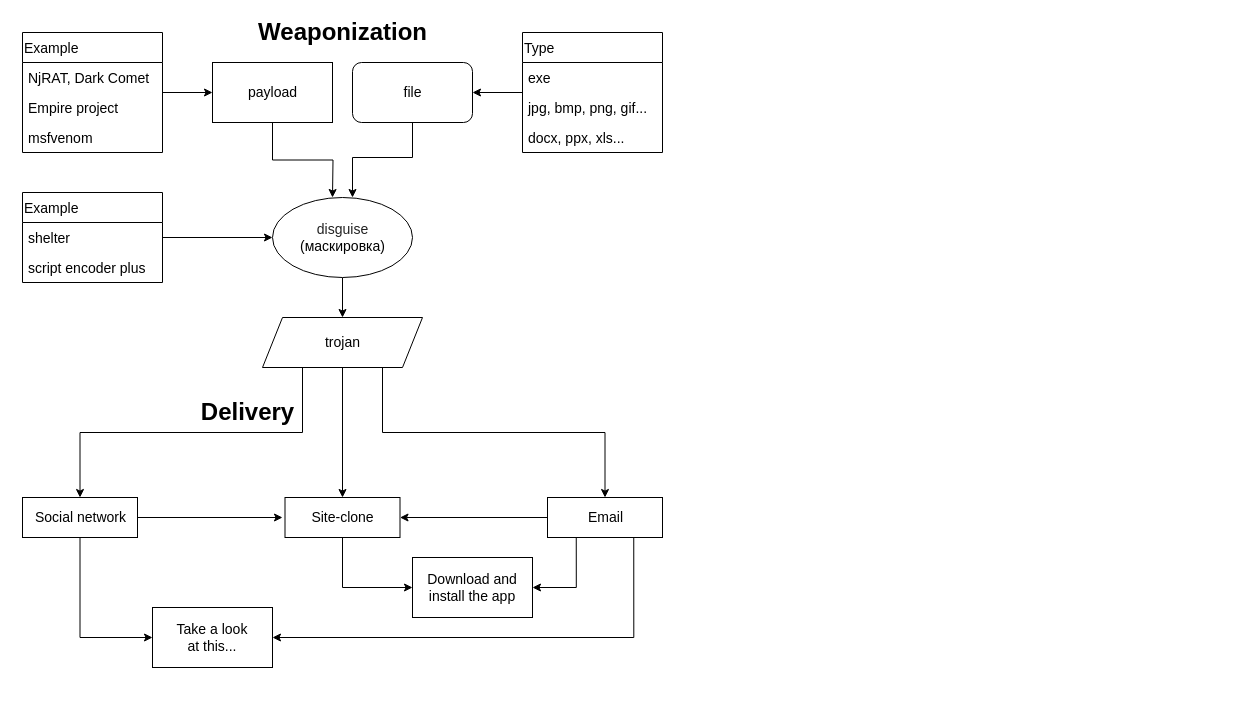
This is page "Page-1" (1 of 2) of attack_scheme/attack_scheme.drawio from KATEHOK/Project-practice, a draw.io file, before an edit. Source tidied: cells renumbered, new cells numbered last; positions are measured from the earlier drawing's top-left corner, leaving out a move shared by most shapes. Both pictures are drawn from the tidied source at 100%, with x=0, y=0 at pixel (22, 17).
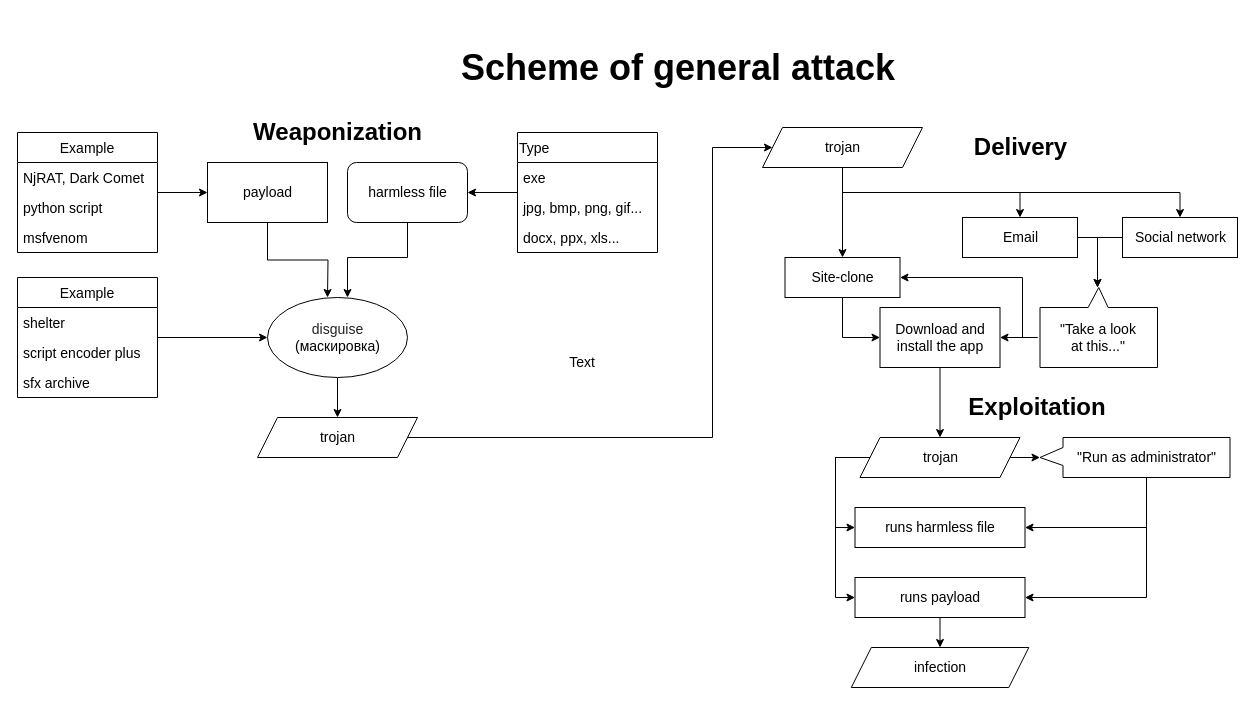
After the change.

The edit, as a diff of the source:
```diff
@@
     <mxCell id="2" style="edgeStyle=orthogonalEdgeStyle;rounded=0;jettySize=auto;html=1;fontSize=14;" parent="1" edge="1" source="3">
       <mxGeometry relative="1" as="geometry">
-        <mxPoint x="310" y="180" as="targetPoint" />
+        <mxPoint x="305" y="280" as="targetPoint" />
       </mxGeometry>
     </mxCell>
     <mxCell id="3" style="rounded=0;whiteSpace=wrap;html=1;fontSize=14;align=left;" parent="1" vertex="1">
-      <mxGeometry x="190" y="45" width="120" height="60" as="geometry" />
+      <mxGeometry x="185" y="145" width="120" height="60" as="geometry" />
     </mxCell>
     <mxCell id="4" value="payload" style="text;html=1;align=center;verticalAlign=middle;fillColor=none;strokeColor=none;rounded=0;fontSize=14;" parent="1" vertex="1">
-      <mxGeometry x="220" y="65" width="60" height="20" as="geometry" />
+      <mxGeometry x="215" y="165" width="60" height="20" as="geometry" />
     </mxCell>
     <mxCell id="5" style="edgeStyle=orthogonalEdgeStyle;rounded=0;jettySize=auto;html=1;exitX=0.5;exitY=1;exitDx=0;exitDy=0;fontSize=14;" parent="1" edge="1" source="6">
       <mxGeometry relative="1" as="geometry">
-        <mxPoint x="330" y="180" as="targetPoint" />
+        <mxPoint x="325" y="280" as="targetPoint" />
         <Array as="points">
-          <mxPoint x="390" y="140" />
-          <mxPoint x="330" y="140" />
-          <mxPoint x="330" y="180" />
+          <mxPoint x="385" y="240" />
+          <mxPoint x="325" y="240" />
+          <mxPoint x="325" y="280" />
         </Array>
       </mxGeometry>
     </mxCell>
     <mxCell id="6" style="rounded=1;whiteSpace=wrap;html=1;fontSize=14;align=left;" parent="1" vertex="1">
-      <mxGeometry x="330" y="45" width="120" height="60" as="geometry" />
+      <mxGeometry x="325" y="145" width="120" height="60" as="geometry" />
     </mxCell>
-    <mxCell id="7" value="file" style="text;html=1;align=center;verticalAlign=middle;fillColor=none;strokeColor=none;rounded=0;fontSize=14;" parent="1" vertex="1">
-      <mxGeometry x="375" y="65" width="30" height="20" as="geometry" />
+    <mxCell id="7" value="harmless file" style="text;html=1;align=center;verticalAlign=middle;fillColor=none;strokeColor=none;rounded=0;fontSize=14;" parent="1" vertex="1">
+      <mxGeometry x="340" y="165" width="90" height="20" as="geometry" />
     </mxCell>
@@
     <mxCell id="9" style="ellipse;whiteSpace=wrap;html=1;fontSize=14;align=left;" parent="1" vertex="1">
-      <mxGeometry x="250" y="180" width="140" height="80" as="geometry" />
+      <mxGeometry x="245" y="280" width="140" height="80" as="geometry" />
     </mxCell>
     <mxCell id="10" value="&lt;font style=&quot;font-size: 14px&quot;&gt;&lt;span style=&quot;color: rgba(0 , 0 , 0 , 0.87) ; text-align: left ; background-color: rgb(255 , 255 , 255)&quot;&gt;&lt;font&gt;disguise&lt;/font&gt;&lt;/span&gt;&lt;br&gt;(маскировка)&lt;/font&gt;" style="text;html=1;align=center;verticalAlign=middle;fillColor=none;strokeColor=none;rounded=0;fontSize=14;" parent="1" vertex="1">
-      <mxGeometry x="270" y="200" width="100" height="40" as="geometry" />
+      <mxGeometry x="265" y="300" width="100" height="40" as="geometry" />
     </mxCell>
-    <mxCell id="11" style="edgeStyle=orthogonalEdgeStyle;rounded=0;jettySize=auto;html=1;exitX=0.5;exitY=1;exitDx=0;exitDy=0;fontFamily=Helvetica;fontSize=14;entryX=0.5;entryY=0;entryDx=0;entryDy=0;" parent="1" edge="1" source="14" target="33">
-      <mxGeometry relative="1" as="geometry" />
-    </mxCell>
-    <mxCell id="12" style="edgeStyle=orthogonalEdgeStyle;rounded=0;jettySize=auto;html=1;exitX=0.25;exitY=1;exitDx=0;exitDy=0;entryX=0.5;entryY=0;entryDx=0;entryDy=0;fontFamily=Helvetica;fontSize=14;" parent="1" edge="1" source="14" target="36">
-      <mxGeometry relative="1" as="geometry">
-        <Array as="points">
-          <mxPoint x="280" y="415" />
-          <mxPoint x="58" y="415" />
-        </Array>
-      </mxGeometry>
-    </mxCell>
-    <mxCell id="13" style="edgeStyle=orthogonalEdgeStyle;rounded=0;jettySize=auto;html=1;exitX=0.75;exitY=1;exitDx=0;exitDy=0;entryX=0.5;entryY=0;entryDx=0;entryDy=0;fontFamily=Helvetica;fontSize=14;" parent="1" edge="1" source="14" target="41">
-      <mxGeometry relative="1" as="geometry" />
-    </mxCell>
+    <mxCell id="46" style="edgeStyle=orthogonalEdgeStyle;rounded=0;jettySize=auto;html=1;exitX=1;exitY=0.5;exitDx=0;exitDy=0;entryX=0;entryY=0.5;entryDx=0;entryDy=0;fontSize=14;" parent="1" edge="1" source="14" target="68">
+      <mxGeometry relative="1" as="geometry">
+        <Array as="points">
+          <mxPoint x="690" y="420" />
+          <mxPoint x="690" y="130" />
+        </Array>
+      </mxGeometry>
+    </mxCell>
     <mxCell id="14" style="shape=parallelogram;perimeter=parallelogramPerimeter;whiteSpace=wrap;html=1;fixedSize=1;fontSize=14;align=left;" parent="1" vertex="1">
-      <mxGeometry x="240" y="300" width="160" height="50" as="geometry" />
+      <mxGeometry x="235" y="400" width="160" height="40" as="geometry" />
     </mxCell>
     <mxCell id="15" value="trojan" style="text;html=1;align=center;verticalAlign=middle;fillColor=none;strokeColor=none;rounded=0;fontSize=14;" parent="1" vertex="1">
-      <mxGeometry x="295" y="315" width="50" height="20" as="geometry" />
+      <mxGeometry x="290" y="410" width="50" height="20" as="geometry" />
     </mxCell>
     <mxCell id="16" style="edgeStyle=orthogonalEdgeStyle;rounded=0;jettySize=auto;html=1;fontSize=14;" parent="1" edge="1" source="17">
       <mxGeometry relative="1" as="geometry">
-        <mxPoint x="450" y="75" as="targetPoint" />
+        <mxPoint x="445" y="175" as="targetPoint" />
       </mxGeometry>
     </mxCell>
     <mxCell id="17" value="Type" style="swimlane;fontStyle=0;horizontal=1;startSize=30;fontSize=14;align=left;" parent="1" vertex="1">
-      <mxGeometry x="500" y="15" width="140" height="120" as="geometry" />
+      <mxGeometry x="495" y="115" width="140" height="120" as="geometry" />
     </mxCell>
@@
-    <mxCell id="22" value="Example" style="swimlane;fontStyle=0;horizontal=1;startSize=30;fontSize=14;align=left;" parent="1" vertex="1">
-      <mxGeometry y="15" width="140" height="120" as="geometry" />
+    <mxCell id="22" value="Example" style="swimlane;fontStyle=0;horizontal=1;startSize=30;fontSize=14;align=center;" parent="1" vertex="1">
+      <mxGeometry x="-5" y="115" width="140" height="120" as="geometry" />
     </mxCell>
@@
-    <mxCell id="24" value="Empire project" style="text;strokeColor=none;fillColor=none;align=left;verticalAlign=middle;spacingLeft=4;spacingRight=4;overflow=hidden;fontSize=14;" parent="22" vertex="1">
+    <mxCell id="24" value="python script" style="text;strokeColor=none;fillColor=none;align=left;verticalAlign=middle;spacingLeft=4;spacingRight=4;overflow=hidden;fontSize=14;" parent="22" vertex="1">
       <mxGeometry y="60" width="140" height="30" as="geometry" />
     </mxCell>
@@
+    <mxCell id="30" value="&lt;b&gt;&lt;font style=&quot;font-size: 24px&quot;&gt;Weaponization&lt;/font&gt;&lt;/b&gt;" style="text;html=1;align=center;verticalAlign=middle;fillColor=none;strokeColor=none;rounded=0;fontSize=14;" parent="1" vertex="1">
+      <mxGeometry x="225" y="100" width="180" height="30" as="geometry" />
+    </mxCell>
+    <mxCell id="31" value="&lt;font style=&quot;font-size: 24px&quot;&gt;&lt;b&gt;Delivery&lt;/b&gt;&lt;/font&gt;" style="text;html=1;align=center;verticalAlign=middle;fillColor=none;strokeColor=none;rounded=0;fontFamily=Helvetica;fontSize=14;" parent="1" vertex="1">
+      <mxGeometry x="942.5" y="115" width="110" height="30" as="geometry" />
+    </mxCell>
+    <mxCell id="32" style="edgeStyle=orthogonalEdgeStyle;rounded=0;jettySize=auto;html=1;exitX=0.5;exitY=1;exitDx=0;exitDy=0;entryX=0;entryY=0.5;entryDx=0;entryDy=0;fontSize=36;" parent="1" edge="1" source="33" target="45">
+      <mxGeometry relative="1" as="geometry" />
+    </mxCell>
+    <mxCell id="33" style="rounded=0;whiteSpace=wrap;html=1;fontFamily=Helvetica;fontSize=24;align=left;" parent="1" vertex="1">
+      <mxGeometry x="762.5" y="240" width="115" height="40" as="geometry" />
+    </mxCell>
+    <mxCell id="36" style="rounded=0;whiteSpace=wrap;html=1;fontFamily=Helvetica;fontSize=14;align=left;" parent="1" vertex="1">
+      <mxGeometry x="1100" y="200" width="115" height="40" as="geometry" />
+    </mxCell>
+    <mxCell id="47" style="edgeStyle=orthogonalEdgeStyle;rounded=0;jettySize=auto;html=1;fontSize=14;entryX=0;entryY=0;entryDx=60;entryDy=80;entryPerimeter=0;exitX=0;exitY=0.5;exitDx=0;exitDy=0;" parent="1" edge="1" source="36" target="72">
+      <mxGeometry relative="1" as="geometry" />
+    </mxCell>
+    <mxCell id="37" value="Social network" style="text;html=1;align=center;verticalAlign=middle;fillColor=none;strokeColor=none;rounded=0;fontFamily=Helvetica;fontSize=14;" parent="1" vertex="1">
+      <mxGeometry x="1102.5" y="210" width="110" height="20" as="geometry" />
+    </mxCell>
+    <mxCell id="48" style="edgeStyle=orthogonalEdgeStyle;rounded=0;jettySize=auto;html=1;exitX=1;exitY=0.5;exitDx=0;exitDy=0;entryX=0;entryY=0;entryDx=60;entryDy=80;entryPerimeter=0;fontSize=14;" parent="1" edge="1" source="41" target="72">
+      <mxGeometry relative="1" as="geometry" />
+    </mxCell>
+    <mxCell id="41" style="rounded=0;whiteSpace=wrap;html=1;fontFamily=Helvetica;fontSize=14;align=left;" parent="1" vertex="1">
+      <mxGeometry x="940" y="200" width="115" height="40" as="geometry" />
+    </mxCell>
+    <mxCell id="42" value="Email" style="text;html=1;align=center;verticalAlign=middle;fillColor=none;strokeColor=none;rounded=0;fontFamily=Helvetica;fontSize=14;" parent="1" vertex="1">
+      <mxGeometry x="972.5" y="210" width="50" height="20" as="geometry" />
+    </mxCell>
+    <mxCell id="43" value="Site-clone" style="text;html=1;align=center;verticalAlign=middle;fillColor=none;strokeColor=none;rounded=0;fontFamily=Helvetica;fontSize=14;" parent="1" vertex="1">
+      <mxGeometry x="780" y="250" width="80" height="20" as="geometry" />
+    </mxCell>
+    <mxCell id="49" style="edgeStyle=orthogonalEdgeStyle;rounded=0;jettySize=auto;html=1;exitX=0.5;exitY=1;exitDx=0;exitDy=0;fontSize=36;" parent="1" edge="1" source="45" target="62">
+      <mxGeometry relative="1" as="geometry" />
+    </mxCell>
+    <mxCell id="45" value="&lt;div&gt;&lt;span&gt;Download and&lt;/span&gt;&lt;/div&gt;&lt;div&gt;&lt;span&gt;install the app&lt;/span&gt;&lt;/div&gt;" style="rounded=0;whiteSpace=wrap;html=1;fontFamily=Helvetica;fontSize=14;align=center;" parent="1" vertex="1">
+      <mxGeometry x="857.5" y="290" width="120" height="60" as="geometry" />
+    </mxCell>
+    <mxCell id="50" value="&lt;font&gt;&lt;span style=&quot;font-size: 36px&quot;&gt;&lt;b&gt;Scheme of&amp;nbsp;&lt;/b&gt;&lt;/span&gt;&lt;b style=&quot;font-size: 36px&quot;&gt;general&amp;nbsp;&lt;/b&gt;&lt;span style=&quot;font-size: 36px&quot;&gt;&lt;b&gt;attack&lt;/b&gt;&lt;/span&gt;&lt;/font&gt;" style="text;html=1;strokeColor=none;fillColor=none;align=center;verticalAlign=middle;whiteSpace=wrap;rounded=0;" parent="1" vertex="1">
+      <mxGeometry x="430" y="10" width="452" height="80" as="geometry" />
+    </mxCell>
+    <mxCell id="51" value="&lt;font style=&quot;font-size: 24px&quot;&gt;&lt;b&gt;Exploitation&lt;/b&gt;&lt;/font&gt;" style="text;html=1;strokeColor=none;fillColor=none;align=center;verticalAlign=middle;whiteSpace=wrap;rounded=0;fontSize=14;" parent="1" vertex="1">
+      <mxGeometry x="940" y="370" width="150" height="40" as="geometry" />
+    </mxCell>
+    <mxCell id="52" style="edgeStyle=orthogonalEdgeStyle;rounded=0;jettySize=auto;html=1;exitX=0;exitY=0;exitDx=40;exitDy=83.5;exitPerimeter=0;entryX=1;entryY=0.5;entryDx=0;entryDy=0;fontSize=14;" parent="1" edge="1" source="54" target="57">
+      <mxGeometry relative="1" as="geometry" />
+    </mxCell>
+    <mxCell id="53" style="edgeStyle=orthogonalEdgeStyle;rounded=0;jettySize=auto;html=1;exitX=0;exitY=0;exitDx=40;exitDy=83.5;exitPerimeter=0;entryX=1;entryY=0.5;entryDx=0;entryDy=0;fontSize=14;" parent="1" edge="1" source="54" target="56">
+      <mxGeometry relative="1" as="geometry" />
+    </mxCell>
+    <mxCell id="54" value="&quot;Run as administrator&quot;" style="shape=callout;whiteSpace=wrap;html=1;perimeter=calloutPerimeter;fontSize=14;align=center;position2=0.5;size=23;position=0.25;base=18;direction=south;" parent="1" vertex="1">
+      <mxGeometry x="1017.5" y="420" width="190" height="40" as="geometry" />
+    </mxCell>
+    <mxCell id="55" style="edgeStyle=orthogonalEdgeStyle;rounded=0;jettySize=auto;html=1;exitX=0.5;exitY=1;exitDx=0;exitDy=0;fontSize=14;" parent="1" edge="1" source="56" target="58">
+      <mxGeometry relative="1" as="geometry" />
+    </mxCell>
+    <mxCell id="56" value="&lt;span&gt;runs payload&lt;br&gt;&lt;/span&gt;" style="rounded=0;whiteSpace=wrap;html=1;fontSize=14;align=center;" parent="1" vertex="1">
+      <mxGeometry x="832.5" y="560" width="170" height="40" as="geometry" />
+    </mxCell>
+    <mxCell id="57" value="&lt;span&gt;runs harmless file&lt;br&gt;&lt;/span&gt;" style="rounded=0;whiteSpace=wrap;html=1;fontSize=14;align=center;" parent="1" vertex="1">
+      <mxGeometry x="832.5" y="490" width="170" height="40" as="geometry" />
+    </mxCell>
+    <mxCell id="58" value="infection" style="shape=parallelogram;perimeter=parallelogramPerimeter;whiteSpace=wrap;html=1;fixedSize=1;fontSize=14;align=center;" parent="1" vertex="1">
+      <mxGeometry x="828.8" y="630" width="177.5" height="40" as="geometry" />
+    </mxCell>
+    <mxCell id="59" style="edgeStyle=orthogonalEdgeStyle;rounded=0;jettySize=auto;html=1;exitX=0;exitY=0.5;exitDx=0;exitDy=0;entryX=0;entryY=0.5;entryDx=0;entryDy=0;fontSize=14;" parent="1" edge="1" source="62" target="57">
+      <mxGeometry relative="1" as="geometry">
+        <Array as="points">
+          <mxPoint x="813" y="440" />
+          <mxPoint x="813" y="510" />
+        </Array>
+      </mxGeometry>
+    </mxCell>
+    <mxCell id="60" style="edgeStyle=orthogonalEdgeStyle;rounded=0;jettySize=auto;html=1;exitX=0;exitY=0.5;exitDx=0;exitDy=0;entryX=0;entryY=0.5;entryDx=0;entryDy=0;fontSize=14;" parent="1" edge="1" source="62" target="56">
+      <mxGeometry relative="1" as="geometry">
+        <Array as="points">
+          <mxPoint x="813" y="440" />
+          <mxPoint x="813" y="580" />
+        </Array>
+      </mxGeometry>
+    </mxCell>
+    <mxCell id="61" style="edgeStyle=orthogonalEdgeStyle;rounded=0;jettySize=auto;html=1;exitX=1;exitY=0.5;exitDx=0;exitDy=0;entryX=0;entryY=0;entryDx=20;entryDy=190;entryPerimeter=0;fontSize=14;" parent="1" edge="1" source="62" target="54">
+      <mxGeometry relative="1" as="geometry" />
+    </mxCell>
+    <mxCell id="62" style="shape=parallelogram;perimeter=parallelogramPerimeter;whiteSpace=wrap;html=1;fixedSize=1;fontSize=14;align=left;" parent="1" vertex="1">
+      <mxGeometry x="837.5" y="420" width="160" height="40" as="geometry" />
+    </mxCell>
+    <mxCell id="63" value="trojan" style="text;html=1;align=center;verticalAlign=middle;fillColor=none;strokeColor=none;rounded=0;fontSize=14;" parent="1" vertex="1">
+      <mxGeometry x="892.5" y="430" width="50" height="20" as="geometry" />
+    </mxCell>
-    <mxCell id="26" style="edgeStyle=orthogonalEdgeStyle;rounded=0;jettySize=auto;html=1;fontSize=14;" parent="1" edge="1" source="27" target="9">
+    <mxCell id="26" style="edgeStyle=orthogonalEdgeStyle;rounded=0;jettySize=auto;html=1;entryX=0;entryY=0.5;entryDx=0;entryDy=0;fontSize=14;" parent="1" edge="1" source="27" target="9">
       <mxGeometry relative="1" as="geometry" />
     </mxCell>
-    <mxCell id="27" value="Example" style="swimlane;fontStyle=0;horizontal=1;startSize=30;fontSize=14;align=left;" parent="1" vertex="1">
-      <mxGeometry y="175" width="140" height="90" as="geometry" />
+    <mxCell id="27" value="Example" style="swimlane;fontStyle=0;horizontal=1;startSize=30;fontSize=14;" parent="1" vertex="1">
+      <mxGeometry x="-5" y="260" width="140" height="120" as="geometry" />
     </mxCell>
@@
-    <mxCell id="30" value="&lt;b&gt;&lt;font style=&quot;font-size: 24px&quot;&gt;Weaponization&lt;/font&gt;&lt;/b&gt;" style="text;html=1;align=center;verticalAlign=middle;fillColor=none;strokeColor=none;rounded=0;fontSize=14;" parent="1" vertex="1">
-      <mxGeometry x="230" width="180" height="30" as="geometry" />
-    </mxCell>
-    <mxCell id="31" value="&lt;font style=&quot;font-size: 24px&quot;&gt;&lt;b&gt;Delivery&lt;/b&gt;&lt;/font&gt;" style="text;html=1;align=center;verticalAlign=middle;fillColor=none;strokeColor=none;rounded=0;fontFamily=Helvetica;fontSize=14;" parent="1" vertex="1">
-      <mxGeometry x="170" y="380" width="110" height="30" as="geometry" />
-    </mxCell>
-    <mxCell id="32" style="edgeStyle=orthogonalEdgeStyle;rounded=0;jettySize=auto;html=1;exitX=0.5;exitY=1;exitDx=0;exitDy=0;entryX=0;entryY=0.5;entryDx=0;entryDy=0;fontFamily=Helvetica;fontSize=14;" parent="1" edge="1" source="33" target="45">
-      <mxGeometry relative="1" as="geometry" />
-    </mxCell>
-    <mxCell id="33" style="rounded=0;whiteSpace=wrap;html=1;fontFamily=Helvetica;fontSize=24;align=left;" parent="1" vertex="1">
-      <mxGeometry x="262.5" y="480" width="115" height="40" as="geometry" />
-    </mxCell>
-    <mxCell id="34" style="edgeStyle=orthogonalEdgeStyle;rounded=0;jettySize=auto;html=1;exitX=1;exitY=0.5;exitDx=0;exitDy=0;fontFamily=Helvetica;fontSize=14;" parent="1" edge="1" source="36">
-      <mxGeometry relative="1" as="geometry">
-        <mxPoint x="260" y="500" as="targetPoint" />
-      </mxGeometry>
-    </mxCell>
-    <mxCell id="35" style="edgeStyle=orthogonalEdgeStyle;rounded=0;jettySize=auto;html=1;exitX=0.5;exitY=1;exitDx=0;exitDy=0;entryX=0;entryY=0.5;entryDx=0;entryDy=0;fontFamily=Helvetica;fontSize=14;" parent="1" edge="1" source="36" target="44">
-      <mxGeometry relative="1" as="geometry" />
-    </mxCell>
-    <mxCell id="36" style="rounded=0;whiteSpace=wrap;html=1;fontFamily=Helvetica;fontSize=14;align=left;" parent="1" vertex="1">
-      <mxGeometry y="480" width="115" height="40" as="geometry" />
-    </mxCell>
-    <mxCell id="37" value="Social network" style="text;html=1;align=center;verticalAlign=middle;fillColor=none;strokeColor=none;rounded=0;fontFamily=Helvetica;fontSize=14;" parent="1" vertex="1">
-      <mxGeometry x="2.5" y="490" width="110" height="20" as="geometry" />
-    </mxCell>
-    <mxCell id="38" style="edgeStyle=orthogonalEdgeStyle;rounded=0;jettySize=auto;html=1;exitX=0;exitY=0.5;exitDx=0;exitDy=0;entryX=1;entryY=0.5;entryDx=0;entryDy=0;fontFamily=Helvetica;fontSize=14;" parent="1" edge="1" source="41" target="33">
-      <mxGeometry relative="1" as="geometry" />
-    </mxCell>
-    <mxCell id="39" style="edgeStyle=orthogonalEdgeStyle;rounded=0;jettySize=auto;html=1;exitX=0.25;exitY=1;exitDx=0;exitDy=0;entryX=1;entryY=0.5;entryDx=0;entryDy=0;fontFamily=Helvetica;fontSize=14;" parent="1" edge="1" source="41" target="45">
-      <mxGeometry relative="1" as="geometry" />
-    </mxCell>
-    <mxCell id="40" style="edgeStyle=orthogonalEdgeStyle;rounded=0;jettySize=auto;html=1;exitX=0.75;exitY=1;exitDx=0;exitDy=0;entryX=1;entryY=0.5;entryDx=0;entryDy=0;fontFamily=Helvetica;fontSize=14;" parent="1" edge="1" source="41" target="44">
-      <mxGeometry relative="1" as="geometry" />
-    </mxCell>
-    <mxCell id="41" style="rounded=0;whiteSpace=wrap;html=1;fontFamily=Helvetica;fontSize=14;align=left;" parent="1" vertex="1">
-      <mxGeometry x="525" y="480" width="115" height="40" as="geometry" />
-    </mxCell>
-    <mxCell id="42" value="Email" style="text;html=1;align=center;verticalAlign=middle;fillColor=none;strokeColor=none;rounded=0;fontFamily=Helvetica;fontSize=14;" parent="1" vertex="1">
-      <mxGeometry x="557.5" y="490" width="50" height="20" as="geometry" />
-    </mxCell>
-    <mxCell id="43" value="Site-clone" style="text;html=1;align=center;verticalAlign=middle;fillColor=none;strokeColor=none;rounded=0;fontFamily=Helvetica;fontSize=14;" parent="1" vertex="1">
-      <mxGeometry x="280" y="490" width="80" height="20" as="geometry" />
-    </mxCell>
-    <mxCell id="44" value="Take a look&lt;br&gt;at this..." style="rounded=0;whiteSpace=wrap;html=1;fontFamily=Helvetica;fontSize=14;align=center;" parent="1" vertex="1">
-      <mxGeometry x="130" y="590" width="120" height="60" as="geometry" />
-    </mxCell>
-    <mxCell id="45" value="&lt;div&gt;&lt;span&gt;Download and&lt;/span&gt;&lt;/div&gt;&lt;div&gt;&lt;span&gt;install the app&lt;/span&gt;&lt;/div&gt;" style="rounded=0;whiteSpace=wrap;html=1;fontFamily=Helvetica;fontSize=14;align=center;" parent="1" vertex="1">
-      <mxGeometry x="390" y="540" width="120" height="60" as="geometry" />
-    </mxCell>
+    <mxCell id="64" value="sfx archive" style="text;strokeColor=none;fillColor=none;align=left;verticalAlign=middle;spacingLeft=4;spacingRight=4;overflow=hidden;fontSize=14;" parent="27" vertex="1">
+      <mxGeometry y="90" width="140" height="30" as="geometry" />
+    </mxCell>
+    <mxCell id="65" style="edgeStyle=orthogonalEdgeStyle;rounded=0;jettySize=auto;html=1;exitX=0.5;exitY=1;exitDx=0;exitDy=0;entryX=0.5;entryY=0;entryDx=0;entryDy=0;fontSize=14;" parent="1" edge="1" source="68" target="33">
+      <mxGeometry relative="1" as="geometry" />
+    </mxCell>
+    <mxCell id="66" style="edgeStyle=orthogonalEdgeStyle;rounded=0;jettySize=auto;html=1;exitX=0.5;exitY=1;exitDx=0;exitDy=0;entryX=0.5;entryY=0;entryDx=0;entryDy=0;fontSize=14;" parent="1" edge="1" source="68" target="36">
+      <mxGeometry relative="1" as="geometry" />
+    </mxCell>
+    <mxCell id="67" style="edgeStyle=orthogonalEdgeStyle;rounded=0;jettySize=auto;html=1;exitX=0.5;exitY=1;exitDx=0;exitDy=0;entryX=0.5;entryY=0;entryDx=0;entryDy=0;fontSize=14;" parent="1" edge="1" source="68" target="41">
+      <mxGeometry relative="1" as="geometry" />
+    </mxCell>
+    <mxCell id="68" style="shape=parallelogram;perimeter=parallelogramPerimeter;whiteSpace=wrap;html=1;fixedSize=1;fontSize=14;align=left;" parent="1" vertex="1">
+      <mxGeometry x="740" y="110" width="160" height="40" as="geometry" />
+    </mxCell>
+    <mxCell id="69" value="trojan" style="text;html=1;align=center;verticalAlign=middle;fillColor=none;strokeColor=none;rounded=0;fontSize=14;" parent="1" vertex="1">
+      <mxGeometry x="795" y="120" width="50" height="20" as="geometry" />
+    </mxCell>
+    <mxCell id="70" style="edgeStyle=orthogonalEdgeStyle;rounded=0;jettySize=auto;html=1;exitX=0;exitY=0;exitDx=120;exitDy=30;exitPerimeter=0;entryX=1;entryY=0.5;entryDx=0;entryDy=0;fontSize=14;" parent="1" edge="1" source="72" target="45">
+      <mxGeometry relative="1" as="geometry" />
+    </mxCell>
+    <mxCell id="71" style="edgeStyle=orthogonalEdgeStyle;rounded=0;jettySize=auto;html=1;exitX=0;exitY=0;exitDx=120;exitDy=30;exitPerimeter=0;fontSize=14;" parent="1" edge="1" source="72" target="33">
+      <mxGeometry relative="1" as="geometry">
+        <Array as="points">
+          <mxPoint x="1000" y="320" />
+          <mxPoint x="1000" y="260" />
+        </Array>
+      </mxGeometry>
+    </mxCell>
+    <mxCell id="72" style="shape=callout;whiteSpace=wrap;html=1;perimeter=calloutPerimeter;fontSize=14;rotation=-180;size=20;position=0.42;" parent="1" vertex="1">
+      <mxGeometry x="1017.5" y="270" width="117.5" height="80" as="geometry" />
+    </mxCell>
+    <mxCell id="73" value="Text" style="text;html=1;strokeColor=none;fillColor=none;align=center;verticalAlign=middle;whiteSpace=wrap;rounded=0;fontSize=14;" parent="1" vertex="1">
+      <mxGeometry x="530" y="330" width="60" height="30" as="geometry" />
+    </mxCell>
+    <mxCell id="74" value="&quot;Take a look&lt;br&gt;at this...&quot;" style="text;html=1;strokeColor=none;fillColor=none;align=center;verticalAlign=middle;whiteSpace=wrap;rounded=0;fontSize=14;" parent="1" vertex="1">
+      <mxGeometry x="1031.2" y="305" width="90" height="30" as="geometry" />
+    </mxCell>
```
